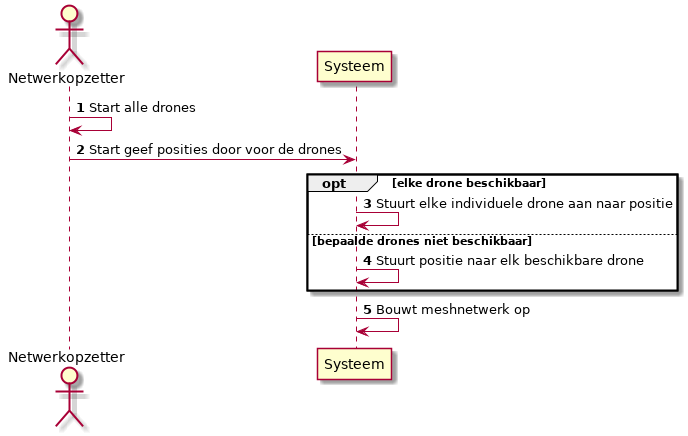
mauriceberentsen/Automated-Drone-Distribution-Network keeps this PlantUML diagram as Docs/DesignDocumenten/UML/out/usecase/sequence/ontplooien/ontplooien.png. Above is the earlier version.
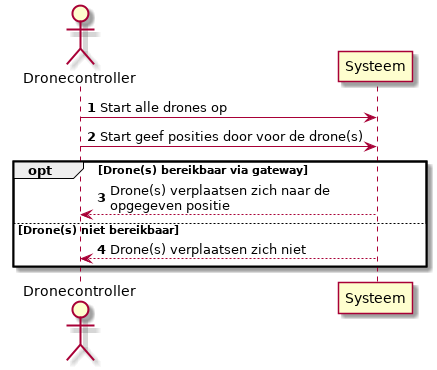
Above is the later version.

Diff of the diagram source:
```diff
@@ -1,16 +1,15 @@
 @startuml
 
 autonumber
-actor "Netwerkopzetter" as act
+actor "Dronecontroller" as act
 participant "Systeem" as sys
 
-act -> act : Start alle drones
-act -> sys : Start geef posities door voor de drones
-opt elke drone beschikbaar
-sys -> sys : Stuurt elke individuele drone aan naar positie
-else bepaalde drones niet beschikbaar
-sys -> sys :  Stuurt positie naar elk beschikbare drone
+act -> sys : Start alle drones op
+act -> sys : Start geef posities door voor de drone(s)
+opt Drone(s) bereikbaar via gateway
+act <-- sys : Drone(s) verplaatsen zich naar de\nopgegeven positie
+else Drone(s) niet bereikbaar
+act <-- sys : Drone(s) verplaatsen zich niet
 end
-sys -> sys : Bouwt meshnetwerk op
 
 @enduml
```
